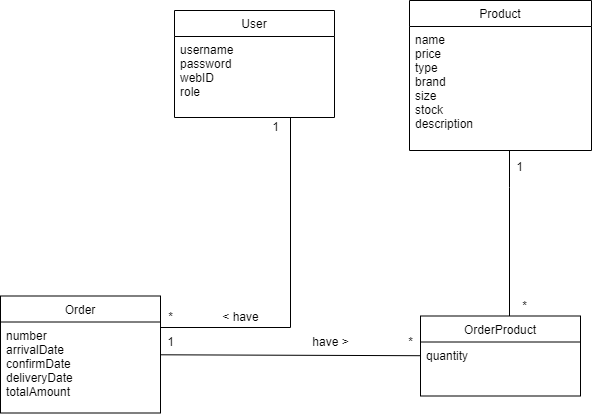
Arquisoft/dede_es5a keeps this draw.io diagram as docs/images/domain_model.png. Above is the earlier version. Source tidied: cells renumbered, new cells last; positions are measured from the earlier drawing's top-left corner, leaving out a move shared by most shapes.
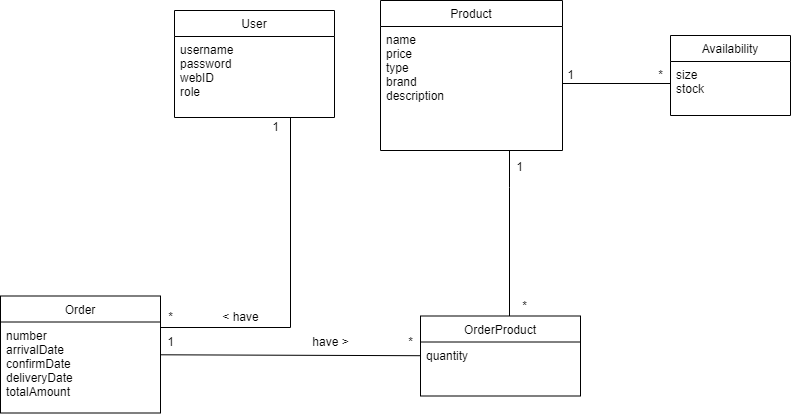
The same diagram one commit later.

Commit message:
Entidad Availability añadida

Diff of the diagram source:
```diff
@@ -22,9 +22,9 @@
       </mxGeometry>
     </mxCell>
     <mxCell id="7" value="Product" style="swimlane;fontStyle=0;align=center;verticalAlign=top;horizontal=1;startSize=26;rounded=0;shadow=0;strokeWidth=1;" parent="1" vertex="1">
-      <mxGeometry x="409" width="182" height="150" as="geometry" />
+      <mxGeometry x="380" width="182" height="150" as="geometry" />
     </mxCell>
-    <mxCell id="8" value="name&#10;price&#10;type&#10;brand&#10;size&#10;stock&#10;description&#10;" style="text;align=left;verticalAlign=top;spacingLeft=4;spacingRight=4;overflow=hidden;points=[[0,0.5],[1,0.5]];portConstraint=eastwest;" parent="7" vertex="1">
+    <mxCell id="8" value="name&#10;price&#10;type&#10;brand&#10;description&#10;" style="text;align=left;verticalAlign=top;spacingLeft=4;spacingRight=4;overflow=hidden;points=[[0,0.5],[1,0.5]];portConstraint=eastwest;" parent="7" vertex="1">
       <mxGeometry y="26" width="182" height="114" as="geometry" />
     </mxCell>
     <mxCell id="9" style="endArrow=none;endSize=10;endFill=0;shadow=0;strokeWidth=1;rounded=0;edgeStyle=elbowEdgeStyle;elbow=vertical;" parent="1" edge="1" source="15" target="7">
@@ -68,5 +68,20 @@
     <mxCell id="20" value="have &amp;gt;" style="text;html=1;align=center;verticalAlign=middle;strokeColor=none;fillColor=none;" parent="1" vertex="1">
       <mxGeometry x="305" y="332" width="50" height="20" as="geometry" />
     </mxCell>
+    <mxCell id="21" value="Availability" style="swimlane;fontStyle=0;align=center;verticalAlign=top;horizontal=1;startSize=26;rounded=0;shadow=0;strokeWidth=1;" parent="1" vertex="1">
+      <mxGeometry x="670" y="35" width="120" height="80" as="geometry" />
+    </mxCell>
+    <mxCell id="22" value="size&#10;stock" style="text;align=left;verticalAlign=top;spacingLeft=4;spacingRight=4;overflow=hidden;points=[[0,0.5],[1,0.5]];portConstraint=eastwest;fontStyle=0;" parent="21" vertex="1">
+      <mxGeometry y="26" width="120" height="44" as="geometry" />
+    </mxCell>
+    <mxCell id="23" style="rounded=0;jettySize=auto;html=1;exitX=1;exitY=0.5;exitDx=0;exitDy=0;entryX=0;entryY=0.5;entryDx=0;entryDy=0;endArrow=none;startSize=14;endSize=14;sourcePerimeterSpacing=8;targetPerimeterSpacing=8;endFill=0;" parent="1" edge="1" source="8" target="22">
+      <mxGeometry relative="1" as="geometry" />
+    </mxCell>
+    <mxCell id="24" value="*" style="text;html=1;align=center;verticalAlign=middle;strokeColor=none;fillColor=none;hachureGap=4;" parent="1" vertex="1">
+      <mxGeometry x="650" y="65" width="20" height="20" as="geometry" />
+    </mxCell>
+    <mxCell id="25" value="1" style="text;html=1;align=center;verticalAlign=middle;strokeColor=none;fillColor=none;hachureGap=4;" parent="1" vertex="1">
+      <mxGeometry x="560" y="65" width="20" height="20" as="geometry" />
+    </mxCell>
   </root>
 </mxGraphModel>
```
